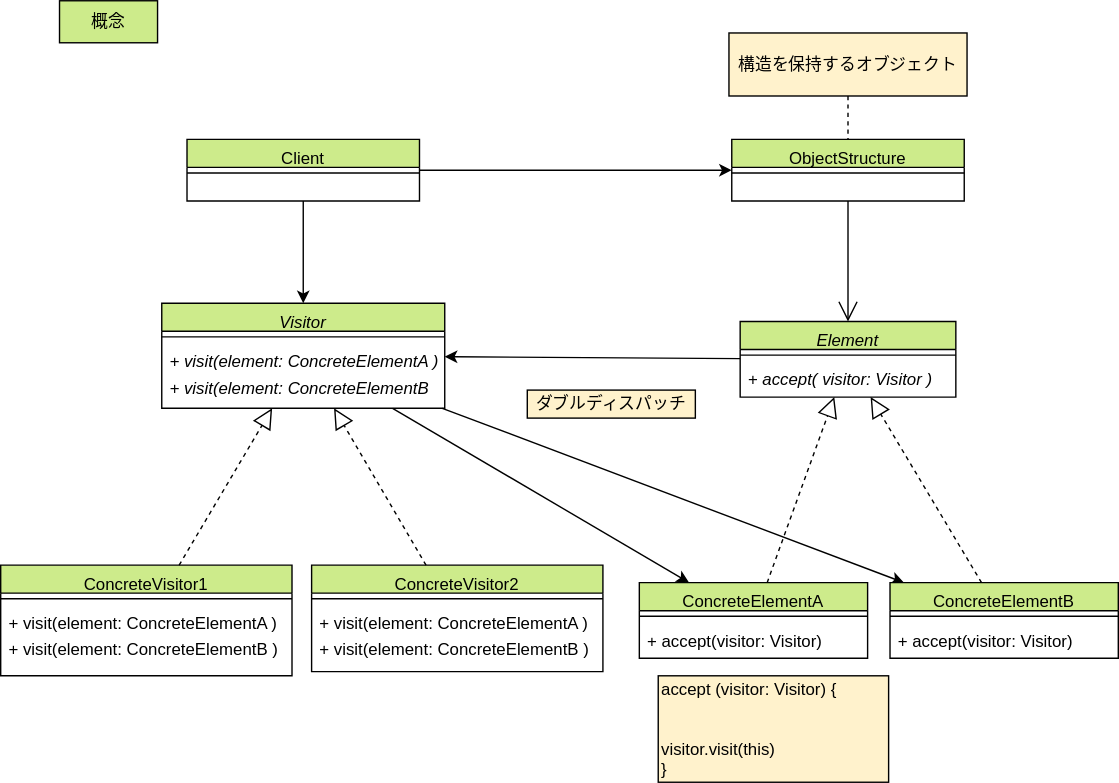
go-to-k/cdk-gof-design-pattern keeps this draw.io diagram as drawio/visitor/visitor-concept.drawio.svg. Above is the earlier version. Source tidied: cells renumbered, new cells last; positions are measured from the earlier drawing's top-left corner, leaving out a move shared by most shapes.
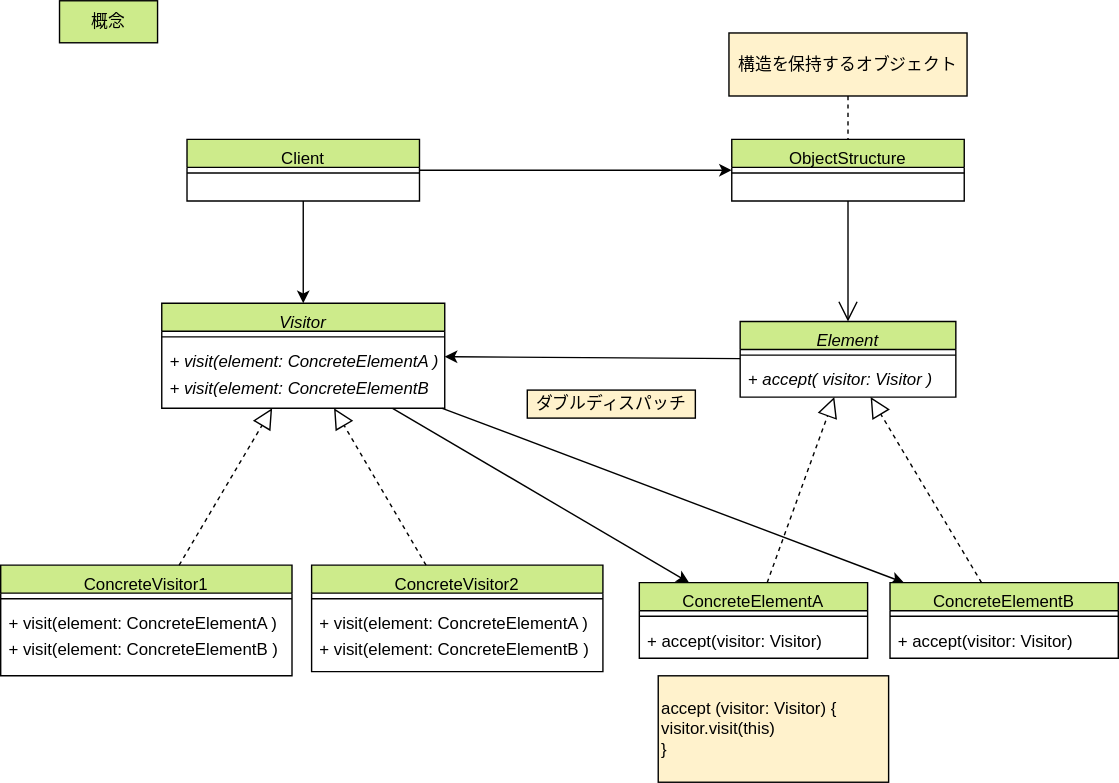
The same file after the commit.

Commit message:
update visitor diagram

Change to the diagram source:
```diff
@@ -113,7 +113,7 @@
     <mxCell id="38" value="構造を保持するオブジェクト" style="text;html=1;strokeColor=#000000;fillColor=#fff2cc;align=center;verticalAlign=middle;whiteSpace=wrap;rounded=0;fontColor=#000000;" parent="1" vertex="1">
       <mxGeometry x="520" y="23" width="170" height="45" as="geometry" />
     </mxCell>
-    <mxCell id="39" value="accept (visitor: Visitor) {&lt;br&gt;&lt;span style=&quot;white-space: pre;&quot;&gt;&#9;&lt;/span&gt;visitor.visit(this)&lt;br&gt;}" style="text;html=1;strokeColor=#000000;fillColor=#fff2cc;align=left;verticalAlign=middle;whiteSpace=wrap;rounded=0;fontColor=#000000;" parent="1" vertex="1">
+    <mxCell id="39" value="accept (visitor: Visitor) {&lt;br&gt;&amp;nbsp; visitor.visit(this)&lt;br&gt;}" style="text;html=1;strokeColor=#000000;fillColor=#fff2cc;align=left;verticalAlign=middle;whiteSpace=wrap;rounded=0;fontColor=#000000;" parent="1" vertex="1">
       <mxGeometry x="469.5" y="482" width="164.5" height="76" as="geometry" />
     </mxCell>
     <mxCell id="40" value="&lt;div style=&quot;&quot;&gt;&lt;span style=&quot;background-color: initial;&quot;&gt;ダブルディスパッチ&lt;/span&gt;&lt;/div&gt;" style="text;html=1;strokeColor=#000000;fillColor=#fff2cc;align=center;verticalAlign=middle;whiteSpace=wrap;rounded=0;fontColor=#000000;" parent="1" vertex="1">
```
